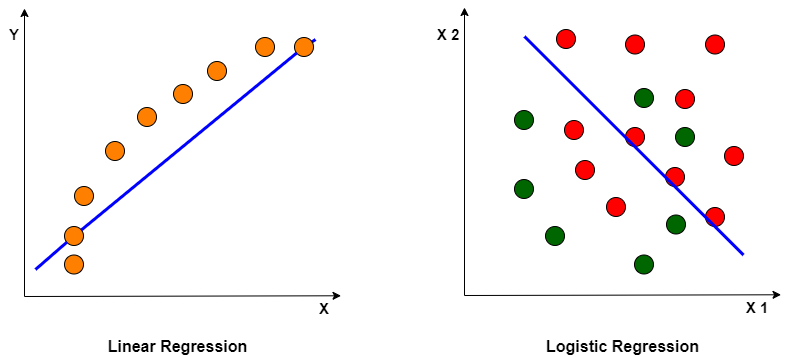
The draw.io diagram Underfitting.png in satishgunjal/Images, before a commit. Source tidied: cells renumbered, new cells last; positions are measured from the earlier drawing's top-left corner, leaving out a move shared by most shapes.
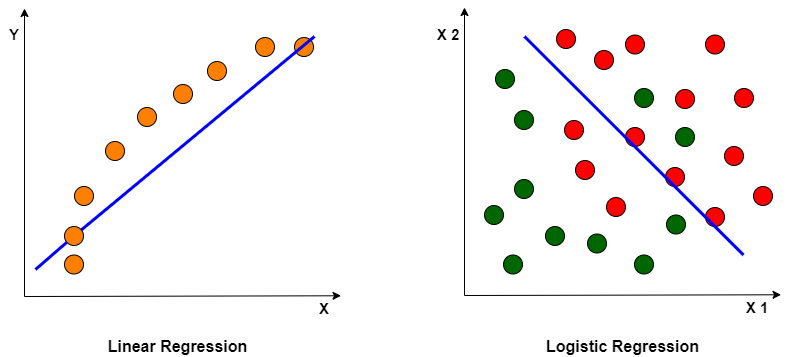
The same file after the commit.

Diff of the diagram source:
```diff
@@ -17,11 +17,6 @@
     <mxCell id="4" style="ellipse;whiteSpace=wrap;html=1;fillColor=#006600;fontFamily=Helvetica;fontSize=14;" parent="1" vertex="1">
       <mxGeometry x="514" y="103" width="19" height="19" as="geometry" />
     </mxCell>
-    <mxCell id="5" style="endArrow=none;html=1;strokeWidth=3;strokeColor=#0000FF;" parent="1" edge="1" source="41">
-      <mxGeometry relative="1" as="geometry">
-        <mxPoint x="315" y="32" as="targetPoint" />
-      </mxGeometry>
-    </mxCell>
     <mxCell id="6" value="Y" style="text;html=1;strokeColor=none;fillColor=none;align=center;verticalAlign=middle;whiteSpace=wrap;rounded=0;rotation=0;fontStyle=1;fontSize=15;" parent="1" vertex="1">
       <mxGeometry y="17" width="28" height="20" as="geometry" />
     </mxCell>
@@ -141,8 +136,31 @@
     <mxCell id="41" style="ellipse;whiteSpace=wrap;html=1;fillColor=#FF8000;fontFamily=Helvetica;fontSize=14;" parent="1" vertex="1">
       <mxGeometry x="294" y="30" width="19" height="19" as="geometry" />
     </mxCell>
-    <mxCell id="42" style="endArrow=none;html=1;strokeWidth=3;strokeColor=#0000FF;" parent="1" edge="1" source="39" target="41">
-      <mxGeometry relative="1" as="geometry" />
+    <mxCell id="42" style="endArrow=none;html=1;strokeWidth=3;strokeColor=#0000FF;" parent="1" edge="1" source="39">
+      <mxGeometry relative="1" as="geometry">
+        <mxPoint x="314" y="29" as="targetPoint" />
+      </mxGeometry>
     </mxCell>
+    <mxCell id="43" style="ellipse;whiteSpace=wrap;html=1;fillColor=#006600;fontFamily=Helvetica;fontSize=14;" parent="1" vertex="1">
+      <mxGeometry x="484" y="198" width="19" height="19" as="geometry" />
+    </mxCell>
+    <mxCell id="44" style="ellipse;whiteSpace=wrap;html=1;fillColor=#006600;fontFamily=Helvetica;fontSize=14;" parent="1" vertex="1">
+      <mxGeometry x="503" y="247.5" width="19" height="19" as="geometry" />
+    </mxCell>
+    <mxCell id="45" style="ellipse;whiteSpace=wrap;html=1;fillColor=#006600;fontFamily=Helvetica;fontSize=14;" parent="1" vertex="1">
+      <mxGeometry x="587" y="226.5" width="19" height="19" as="geometry" />
+    </mxCell>
+    <mxCell id="46" style="ellipse;whiteSpace=wrap;html=1;fillColor=#006600;fontFamily=Helvetica;fontSize=14;" parent="1" vertex="1">
+      <mxGeometry x="495" y="62" width="19" height="19" as="geometry" />
+    </mxCell>
+    <mxCell id="47" style="ellipse;whiteSpace=wrap;html=1;fillColor=#FF0000;fontFamily=Helvetica;fontSize=14;" parent="1" vertex="1">
+      <mxGeometry x="734" y="81" width="19" height="19" as="geometry" />
+    </mxCell>
+    <mxCell id="48" style="ellipse;whiteSpace=wrap;html=1;fillColor=#FF0000;fontFamily=Helvetica;fontSize=14;" parent="1" vertex="1">
+      <mxGeometry x="753" y="179" width="19" height="19" as="geometry" />
+    </mxCell>
+    <mxCell id="49" style="ellipse;whiteSpace=wrap;html=1;fillColor=#FF0000;fontFamily=Helvetica;fontSize=14;" parent="1" vertex="1">
+      <mxGeometry x="594" y="43" width="19" height="19" as="geometry" />
+    </mxCell>
   </root>
 </mxGraphModel>
```
